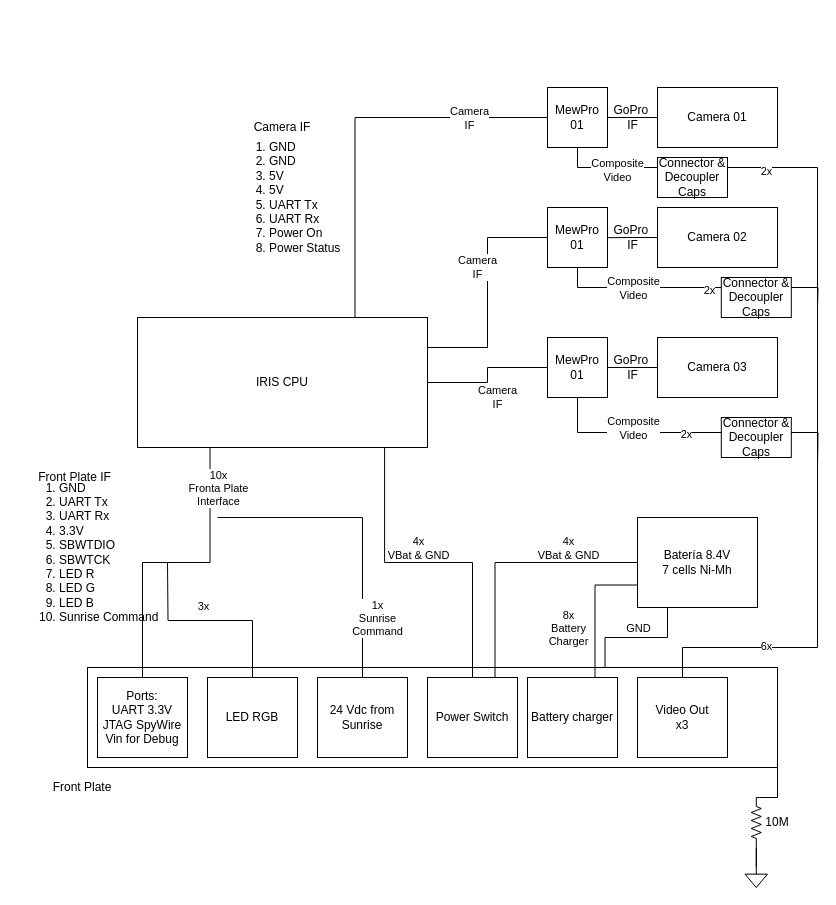
Earlier version of the draw.io diagram IRIS2/01-Design/schematics/IRIS2.drawio (bultza/IRIS2-hardware). Source tidied: cells renumbered, new cells numbered last; positions are measured from the earlier drawing's top-left corner, leaving out a move shared by most shapes. Both pictures are drawn from the tidied source at 100%, with x=0, y=0 at pixel (17, 87).
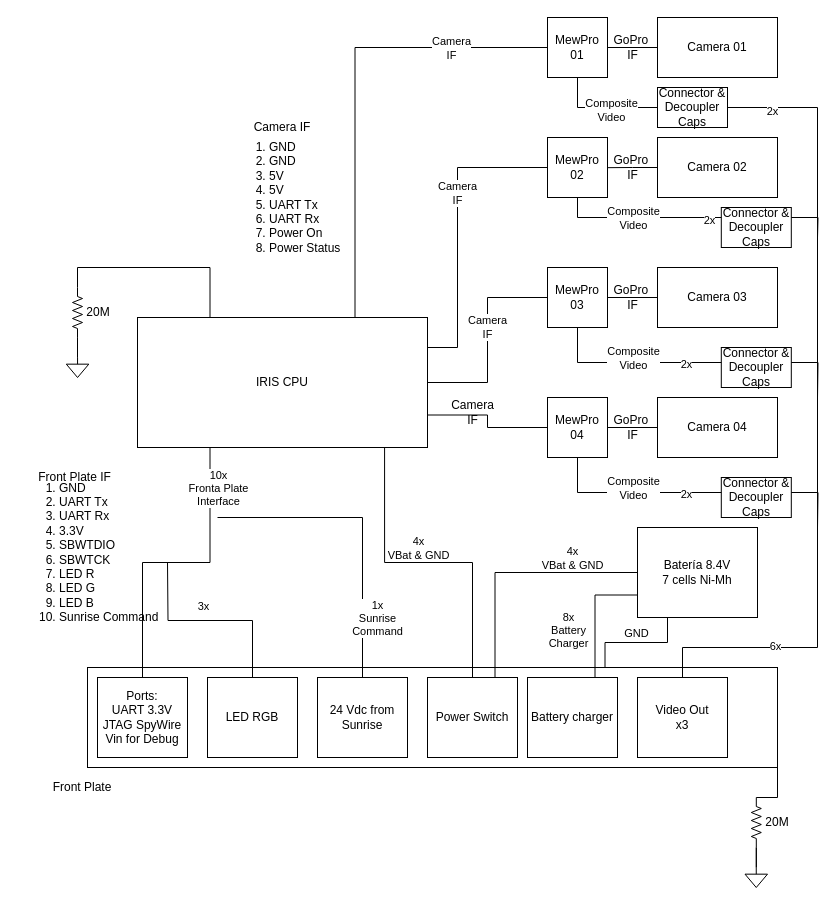
After the change.

Commit message (it also covers changes not shown here):
Updated global schematics to have 4 cameras available

The change refers to these unchanged cells:
```xml
<mxCell id="3" value="IRIS CPU" style="rounded=0;whiteSpace=wrap;html=1;" parent="1" vertex="1">
  <mxGeometry x="120" y="230" width="290" height="130" as="geometry" />
</mxCell>
<mxCell id="46" value="Video Out&lt;br&gt;x3" style="rounded=0;whiteSpace=wrap;html=1;" parent="1" vertex="1">
  <mxGeometry x="620" y="590" width="90" height="80" as="geometry" />
</mxCell>
```

Diff of the diagram source:
```diff
@@
+    <mxCell id="65" style="edgeStyle=orthogonalEdgeStyle;rounded=0;jettySize=auto;html=1;exitX=1;exitY=0.75;exitDx=0;exitDy=0;entryX=0;entryY=0.5;entryDx=0;entryDy=0;endArrow=none;endFill=0;" parent="1" edge="1" source="3" target="70">
+      <mxGeometry relative="1" as="geometry" />
+    </mxCell>
@@
     <mxCell id="5" value="Camera 01" style="rounded=0;whiteSpace=wrap;html=1;" parent="1" vertex="1">
-      <mxGeometry x="640" width="120" height="60" as="geometry" />
+      <mxGeometry x="640" y="-70" width="120" height="60" as="geometry" />
     </mxCell>
@@
     <mxCell id="7" value="Camera 02" style="rounded=0;whiteSpace=wrap;html=1;" parent="1" vertex="1">
-      <mxGeometry x="640" y="120" width="120" height="60" as="geometry" />
+      <mxGeometry x="640" y="50" width="120" height="60" as="geometry" />
     </mxCell>
@@
     <mxCell id="9" value="Camera 03" style="rounded=0;whiteSpace=wrap;html=1;" parent="1" vertex="1">
-      <mxGeometry x="640" y="250" width="120" height="60" as="geometry" />
+      <mxGeometry x="640" y="180" width="120" height="60" as="geometry" />
     </mxCell>
@@
     <mxCell id="14" value="Batería 8.4V&lt;br&gt;7 cells Ni-Mh" style="rounded=0;whiteSpace=wrap;html=1;" parent="1" vertex="1">
-      <mxGeometry x="620" y="430" width="120" height="90" as="geometry" />
+      <mxGeometry x="620" y="440" width="120" height="90" as="geometry" />
     </mxCell>
@@
     <mxCell id="38" style="edgeStyle=orthogonalEdgeStyle;rounded=0;jettySize=auto;html=1;exitX=0.5;exitY=1;exitDx=0;exitDy=0;endArrow=none;endFill=0;" parent="1" edge="1" source="42" target="46">
       <mxGeometry relative="1" as="geometry">
         <Array as="points">
-          <mxPoint x="560" y="80" />
-          <mxPoint x="800" y="80" />
+          <mxPoint x="560" y="20" />
+          <mxPoint x="800" y="20" />
           <mxPoint x="800" y="560" />
           <mxPoint x="665" y="560" />
         </Array>
       </mxGeometry>
     </mxCell>
@@
     <mxCell id="42" value="MewPro 01" style="rounded=0;whiteSpace=wrap;html=1;" parent="1" vertex="1">
-      <mxGeometry x="530" width="60" height="60" as="geometry" />
+      <mxGeometry x="530" y="-70" width="60" height="60" as="geometry" />
     </mxCell>
     <mxCell id="43" value="GoPro&amp;nbsp;&lt;br&gt;IF" style="text;html=1;align=center;verticalAlign=middle;" parent="1" vertex="1">
-      <mxGeometry x="590" y="15" width="50" height="30" as="geometry" />
+      <mxGeometry x="590" y="-55" width="50" height="30" as="geometry" />
     </mxCell>
@@
-    <mxCell id="45" value="10M" style="text;html=1;strokeColor=none;fillColor=none;align=center;verticalAlign=middle;whiteSpace=wrap;rounded=0;" parent="1" vertex="1">
+    <mxCell id="45" value="20M" style="text;html=1;strokeColor=none;fillColor=none;align=center;verticalAlign=middle;whiteSpace=wrap;rounded=0;" parent="1" vertex="1">
       <mxGeometry x="740" y="725" width="40" height="20" as="geometry" />
     </mxCell>
@@
     <mxCell id="47" value="Camera&lt;br&gt;IF" style="edgeStyle=orthogonalEdgeStyle;rounded=0;jettySize=auto;html=1;exitX=0;exitY=0.5;exitDx=0;exitDy=0;entryX=1;entryY=0.25;entryDx=0;entryDy=0;endArrow=none;endFill=0;" parent="1" edge="1" source="50" target="3">
-      <mxGeometry x="-0.23" y="-10" relative="1" as="geometry">
+      <mxGeometry x="-0.23" relative="1" as="geometry">
         <Array as="points">
-          <mxPoint x="470" y="150" />
-          <mxPoint x="470" y="260" />
+          <mxPoint x="440" y="80" />
+          <mxPoint x="440" y="260" />
           <mxPoint x="410" y="260" />
         </Array>
       </mxGeometry>
     </mxCell>
     <mxCell id="48" style="edgeStyle=orthogonalEdgeStyle;rounded=0;jettySize=auto;html=1;exitX=0.5;exitY=1;exitDx=0;exitDy=0;endArrow=none;endFill=0;" parent="1" edge="1" source="50">
       <mxGeometry relative="1" as="geometry">
-        <mxPoint x="800" y="220" as="targetPoint" />
+        <mxPoint x="800" y="150" as="targetPoint" />
       </mxGeometry>
     </mxCell>
@@
-    <mxCell id="50" value="MewPro 01" style="rounded=0;whiteSpace=wrap;html=1;" parent="1" vertex="1">
-      <mxGeometry x="530" y="120" width="60" height="60" as="geometry" />
+    <mxCell id="50" value="MewPro 02" style="rounded=0;whiteSpace=wrap;html=1;" parent="1" vertex="1">
+      <mxGeometry x="530" y="50" width="60" height="60" as="geometry" />
     </mxCell>
     <mxCell id="51" value="GoPro&amp;nbsp;&lt;br&gt;IF" style="text;html=1;align=center;verticalAlign=middle;" parent="1" vertex="1">
-      <mxGeometry x="590" y="135" width="50" height="30" as="geometry" />
+      <mxGeometry x="590" y="65" width="50" height="30" as="geometry" />
     </mxCell>
     <mxCell id="52" value="Camera&lt;br&gt;IF" style="edgeStyle=orthogonalEdgeStyle;rounded=0;jettySize=auto;html=1;exitX=0;exitY=0.5;exitDx=0;exitDy=0;entryX=1;entryY=0.5;entryDx=0;entryDy=0;endArrow=none;endFill=0;" parent="1" edge="1" source="55" target="3">
-      <mxGeometry x="0.11" y="18" relative="1" as="geometry">
-        <mxPoint x="10" y="-3" as="offset" />
-      </mxGeometry>
+      <mxGeometry x="-0.12" relative="1" as="geometry" />
     </mxCell>
     <mxCell id="53" style="edgeStyle=orthogonalEdgeStyle;rounded=0;jettySize=auto;html=1;exitX=0.5;exitY=1;exitDx=0;exitDy=0;endArrow=none;endFill=0;" parent="1" edge="1" source="55">
       <mxGeometry relative="1" as="geometry">
-        <mxPoint x="800" y="380" as="targetPoint" />
+        <mxPoint x="800" y="310" as="targetPoint" />
       </mxGeometry>
     </mxCell>
@@
-    <mxCell id="55" value="MewPro 01" style="rounded=0;whiteSpace=wrap;html=1;" parent="1" vertex="1">
-      <mxGeometry x="530" y="250" width="60" height="60" as="geometry" />
+    <mxCell id="55" value="MewPro 03" style="rounded=0;whiteSpace=wrap;html=1;" parent="1" vertex="1">
+      <mxGeometry x="530" y="180" width="60" height="60" as="geometry" />
     </mxCell>
     <mxCell id="56" value="GoPro&amp;nbsp;&lt;br&gt;IF" style="text;html=1;align=center;verticalAlign=middle;" parent="1" vertex="1">
-      <mxGeometry x="590" y="265" width="50" height="30" as="geometry" />
+      <mxGeometry x="590" y="195" width="50" height="30" as="geometry" />
     </mxCell>
@@
     <mxCell id="60" value="Composite &lt;br&gt;Video" style="edgeLabel;html=1;align=center;verticalAlign=middle;" parent="1" vertex="1">
-      <mxGeometry x="615" y="200" as="geometry" />
+      <mxGeometry x="615" y="130" as="geometry" />
     </mxCell>
     <mxCell id="61" value="Composite &lt;br&gt;Video" style="edgeLabel;html=1;align=center;verticalAlign=middle;" parent="1" vertex="1">
-      <mxGeometry x="615" y="340" as="geometry" />
+      <mxGeometry x="615" y="270" as="geometry" />
     </mxCell>
     <mxCell id="62" value="Connector &amp;amp; Decoupler Caps" style="rounded=0;whiteSpace=wrap;html=1;" parent="1" vertex="1">
-      <mxGeometry x="640" y="70" width="70" height="40" as="geometry" />
+      <mxGeometry x="640" width="70" height="40" as="geometry" />
     </mxCell>
     <mxCell id="63" value="Connector &amp;amp; Decoupler Caps" style="rounded=0;whiteSpace=wrap;html=1;" parent="1" vertex="1">
-      <mxGeometry x="703.8" y="190" width="70" height="40" as="geometry" />
+      <mxGeometry x="703.8" y="120" width="70" height="40" as="geometry" />
     </mxCell>
     <mxCell id="64" value="Connector &amp;amp; Decoupler Caps" style="rounded=0;whiteSpace=wrap;html=1;" parent="1" vertex="1">
-      <mxGeometry x="703.8" y="330" width="70" height="40" as="geometry" />
+      <mxGeometry x="703.8" y="260" width="70" height="40" as="geometry" />
     </mxCell>
+    <mxCell id="66" value="Camera 04" style="rounded=0;whiteSpace=wrap;html=1;" parent="1" vertex="1">
+      <mxGeometry x="640" y="310" width="120" height="60" as="geometry" />
+    </mxCell>
+    <mxCell id="67" style="edgeStyle=orthogonalEdgeStyle;rounded=0;jettySize=auto;html=1;exitX=0.5;exitY=1;exitDx=0;exitDy=0;endArrow=none;endFill=0;" parent="1" edge="1" source="70">
+      <mxGeometry relative="1" as="geometry">
+        <mxPoint x="800" y="440" as="targetPoint" />
+      </mxGeometry>
+    </mxCell>
+    <mxCell id="68" value="2x" style="edgeLabel;html=1;align=center;verticalAlign=middle;" parent="67" vertex="1">
+      <mxGeometry x="-0.08" y="-1" relative="1" as="geometry" />
+    </mxCell>
+    <mxCell id="69" style="edgeStyle=orthogonalEdgeStyle;rounded=0;jettySize=auto;html=1;exitX=1;exitY=0.5;exitDx=0;exitDy=0;entryX=0;entryY=0.5;entryDx=0;entryDy=0;endArrow=none;endFill=0;" parent="1" edge="1" source="70" target="66">
+      <mxGeometry relative="1" as="geometry" />
+    </mxCell>
+    <mxCell id="70" value="MewPro 04" style="rounded=0;whiteSpace=wrap;html=1;" parent="1" vertex="1">
+      <mxGeometry x="530" y="310" width="60" height="60" as="geometry" />
+    </mxCell>
+    <mxCell id="71" value="GoPro&amp;nbsp;&lt;br&gt;IF" style="text;html=1;align=center;verticalAlign=middle;" parent="1" vertex="1">
+      <mxGeometry x="590" y="325" width="50" height="30" as="geometry" />
+    </mxCell>
+    <mxCell id="72" value="Composite &lt;br&gt;Video" style="edgeLabel;html=1;align=center;verticalAlign=middle;" parent="1" vertex="1">
+      <mxGeometry x="615" y="400" as="geometry" />
+    </mxCell>
+    <mxCell id="73" value="Connector &amp;amp; Decoupler Caps" style="rounded=0;whiteSpace=wrap;html=1;" parent="1" vertex="1">
+      <mxGeometry x="703.8" y="390" width="70" height="40" as="geometry" />
+    </mxCell>
+    <mxCell id="74" value="Camera&lt;br&gt;IF" style="text;html=1;align=center;verticalAlign=middle;" parent="1" vertex="1">
+      <mxGeometry x="425" y="310" width="60" height="30" as="geometry" />
+    </mxCell>
+    <mxCell id="75" style="verticalLabelPosition=bottom;shadow=0;dashed=0;align=center;html=1;verticalAlign=top;shape=mxgraph.electrical.signal_sources.signal_ground;" parent="1" vertex="1">
+      <mxGeometry x="48.8" y="270" width="22.5" height="20" as="geometry" />
+    </mxCell>
+    <mxCell id="76" style="edgeStyle=orthogonalEdgeStyle;rounded=0;jettySize=auto;html=1;exitX=1;exitY=0.5;exitDx=0;exitDy=0;exitPerimeter=0;endArrow=none;endFill=0;" parent="1" edge="1" source="79" target="75">
+      <mxGeometry relative="1" as="geometry" />
+    </mxCell>
+    <mxCell id="77" style="edgeStyle=orthogonalEdgeStyle;rounded=0;jettySize=auto;html=1;endArrow=none;endFill=0;" parent="1" edge="1" source="79" target="75">
+      <mxGeometry relative="1" as="geometry" />
+    </mxCell>
+    <mxCell id="78" style="edgeStyle=orthogonalEdgeStyle;rounded=0;jettySize=auto;html=1;exitX=0;exitY=0.5;exitDx=0;exitDy=0;exitPerimeter=0;entryX=0.25;entryY=0;entryDx=0;entryDy=0;endArrow=none;endFill=0;" parent="1" edge="1" source="79" target="3">
+      <mxGeometry relative="1" as="geometry" />
+    </mxCell>
+    <mxCell id="79" style="verticalLabelPosition=bottom;shadow=0;dashed=0;align=center;html=1;verticalAlign=top;shape=mxgraph.electrical.resistors.resistor_2;direction=south;" parent="1" vertex="1">
+      <mxGeometry x="55" y="200" width="10" height="50" as="geometry" />
+    </mxCell>
+    <mxCell id="80" value="20M" style="text;html=1;strokeColor=none;fillColor=none;align=center;verticalAlign=middle;whiteSpace=wrap;rounded=0;" parent="1" vertex="1">
+      <mxGeometry x="61.2" y="215" width="40" height="20" as="geometry" />
+    </mxCell>
```
